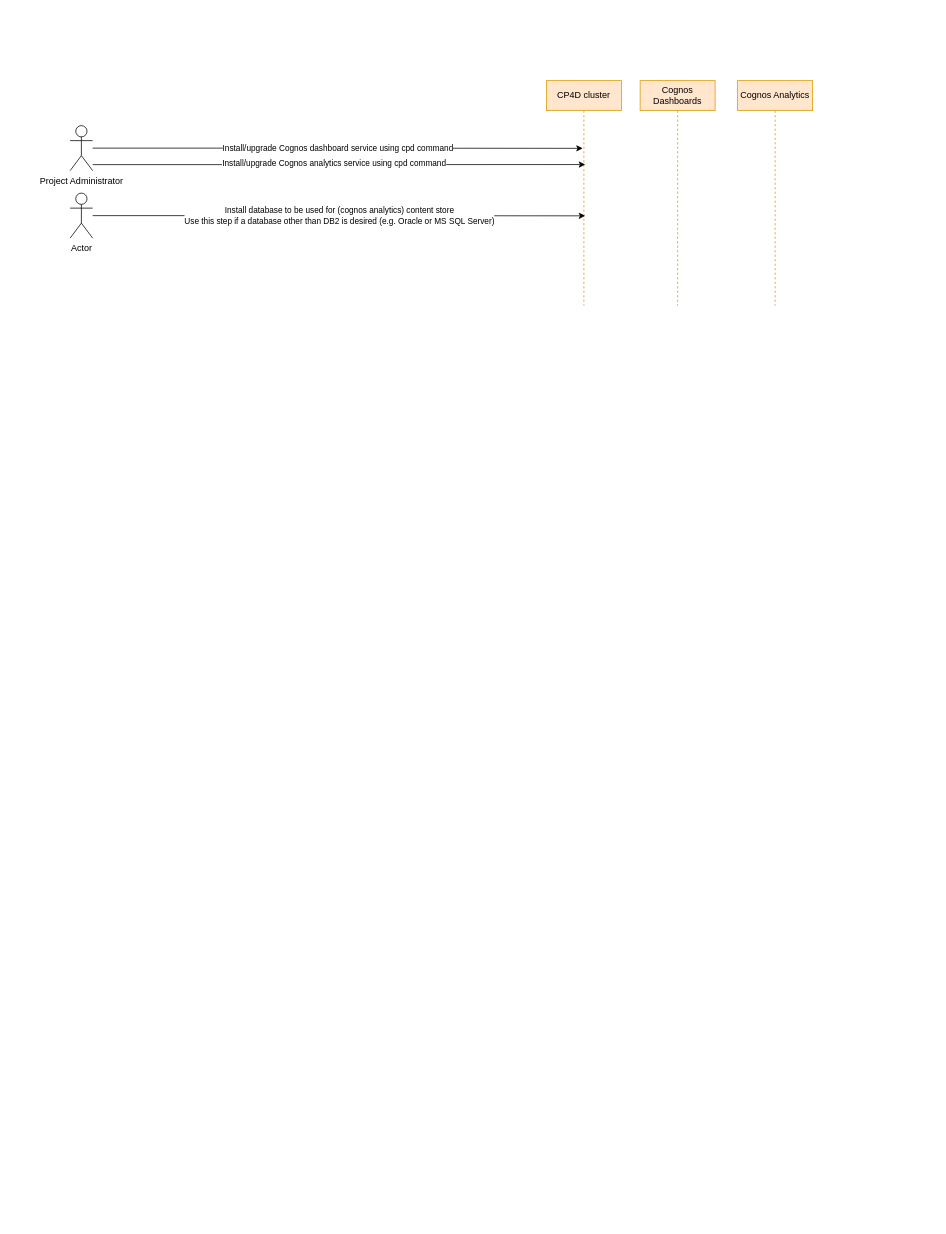
This is dashboard.drawio from kanchantewary/CloudPakForData, a draw.io file, before an edit. Source tidied: cells renumbered, new cells numbered last; positions are measured from the earlier drawing's top-left corner, leaving out a move shared by most shapes. Both pictures are drawn from the tidied source at 75%, with x=0, y=0 at pixel (70, 80).
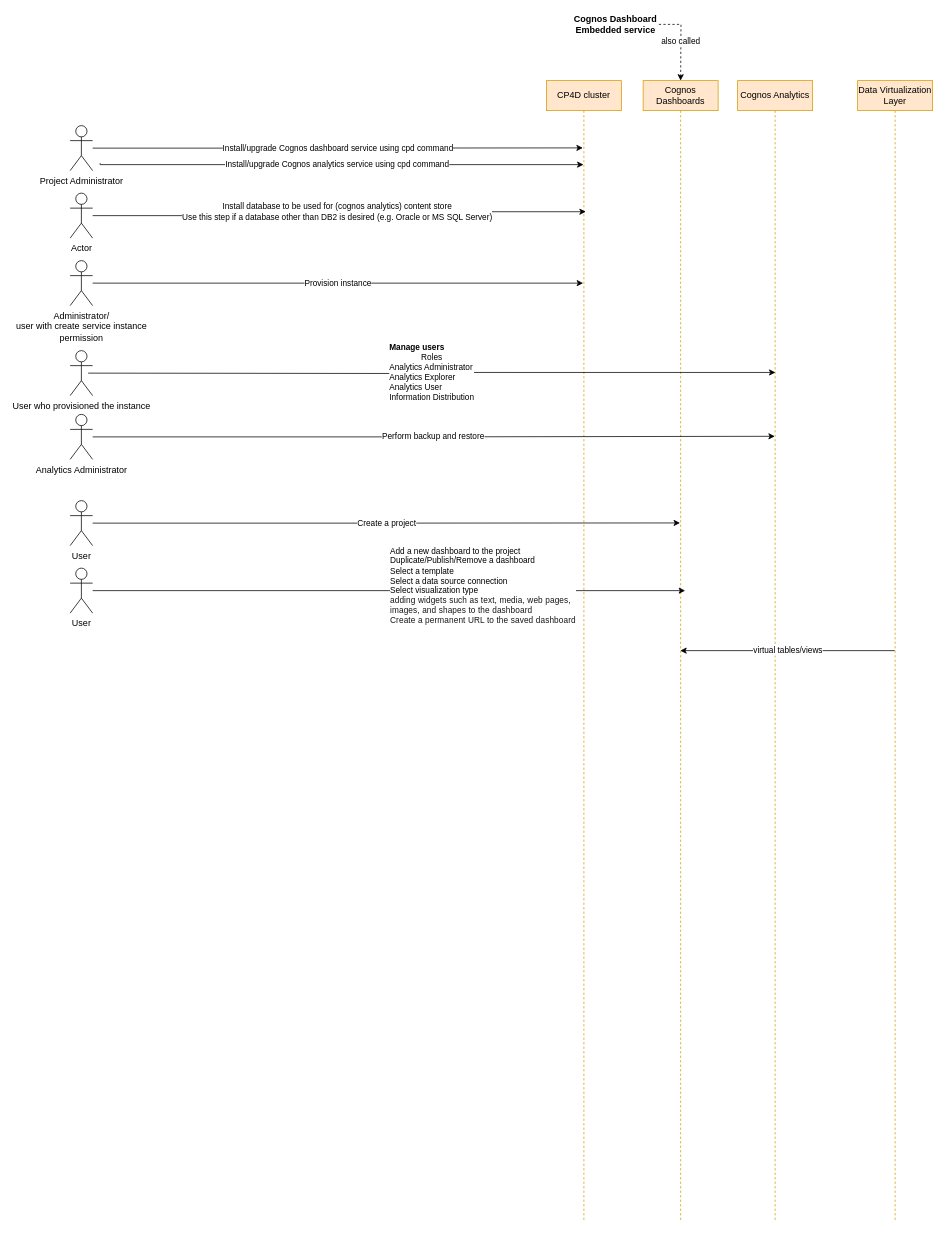
The same page after the edit.

The change refers to these unchanged cells:
```xml
<mxCell id="8" value="Project Administrator" style="shape=umlActor;verticalLabelPosition=bottom;verticalAlign=top;html=1;" parent="1" vertex="1">
  <mxGeometry y="60" width="30" height="60" as="geometry" />
</mxCell>
<mxCell id="10" value="Actor" style="shape=umlActor;verticalLabelPosition=bottom;verticalAlign=top;html=1;" parent="1" vertex="1">
  <mxGeometry y="150" width="30" height="60" as="geometry" />
</mxCell>
```

Change to the diagram source:
```diff
@@
     <mxCell id="2" value="Cognos Analytics" style="shape=umlLifeline;perimeter=lifelinePerimeter;whiteSpace=wrap;html=1;outlineConnect=0;fillColor=#ffe6cc;strokeColor=#d79b00;" parent="1" vertex="1">
-      <mxGeometry x="890" width="100" height="300" as="geometry" />
+      <mxGeometry x="890" width="100" height="1520" as="geometry" />
     </mxCell>
     <mxCell id="3" value="Cognos Dashboards" style="shape=umlLifeline;perimeter=lifelinePerimeter;whiteSpace=wrap;html=1;outlineConnect=0;fillColor=#ffe6cc;strokeColor=#d79b00;" parent="1" vertex="1">
-      <mxGeometry x="760" width="100" height="300" as="geometry" />
+      <mxGeometry x="764" width="100" height="1520" as="geometry" />
     </mxCell>
     <mxCell id="4" value="CP4D cluster" style="shape=umlLifeline;perimeter=lifelinePerimeter;whiteSpace=wrap;html=1;outlineConnect=0;fillColor=#ffe6cc;strokeColor=#d79b00;" parent="1" vertex="1">
-      <mxGeometry x="635" width="100" height="300" as="geometry" />
+      <mxGeometry x="635" width="100" height="1520" as="geometry" />
     </mxCell>
-    <mxCell id="5" value="Install/upgrade Cognos dashboard service using cpd command" style="edgeStyle=orthogonalEdgeStyle;rounded=0;jettySize=auto;html=1;entryX=0.485;entryY=0.301;entryDx=0;entryDy=0;entryPerimeter=0;" parent="1" edge="1" source="8" target="4">
+    <mxCell id="5" value="Install/upgrade Cognos dashboard service using cpd command" style="edgeStyle=orthogonalEdgeStyle;rounded=0;jettySize=auto;html=1;entryX=0.486;entryY=0.059;entryDx=0;entryDy=0;entryPerimeter=0;" parent="1" edge="1" source="8" target="4">
       <mxGeometry relative="1" as="geometry" />
     </mxCell>
-    <mxCell id="6" style="edgeStyle=orthogonalEdgeStyle;rounded=0;jettySize=auto;html=1;entryX=0.518;entryY=0.373;entryDx=0;entryDy=0;entryPerimeter=0;" parent="1" edge="1" source="8" target="4">
+    <mxCell id="6" style="edgeStyle=orthogonalEdgeStyle;rounded=0;jettySize=auto;html=1;" parent="1" edge="1" target="4">
       <mxGeometry relative="1" as="geometry">
+        <mxPoint x="40" y="110" as="sourcePoint" />
         <Array as="points">
-          <mxPoint x="180" y="112" />
-          <mxPoint x="180" y="112" />
+          <mxPoint x="40" y="112" />
         </Array>
       </mxGeometry>
     </mxCell>
@@
-    <mxCell id="9" value="Install database to be used for (cognos analytics) content store&lt;br&gt;Use this step if a database other than DB2 is desired (e.g. Oracle or MS SQL Server)" style="edgeStyle=orthogonalEdgeStyle;rounded=0;jettySize=auto;html=1;entryX=0.518;entryY=0.601;entryDx=0;entryDy=0;entryPerimeter=0;" parent="1" edge="1" source="10" target="4">
+    <mxCell id="9" value="Install database to be used for (cognos analytics) content store&lt;br&gt;Use this step if a database other than DB2 is desired (e.g. Oracle or MS SQL Server)" style="edgeStyle=orthogonalEdgeStyle;rounded=0;jettySize=auto;html=1;entryX=0.526;entryY=0.115;entryDx=0;entryDy=0;entryPerimeter=0;" parent="1" edge="1" source="10" target="4">
       <mxGeometry relative="1" as="geometry" />
     </mxCell>
@@
+    <mxCell id="11" value="Provision instance" style="edgeStyle=orthogonalEdgeStyle;rounded=0;jettySize=auto;html=1;" parent="1" edge="1" source="12">
+      <mxGeometry relative="1" as="geometry">
+        <mxPoint x="684" y="270" as="targetPoint" />
+        <Array as="points">
+          <mxPoint x="684" y="270" />
+        </Array>
+      </mxGeometry>
+    </mxCell>
+    <mxCell id="12" value="Administrator/&lt;br&gt;user with create service instance &lt;br&gt;permission" style="shape=umlActor;verticalLabelPosition=bottom;verticalAlign=top;html=1;" parent="1" vertex="1">
+      <mxGeometry y="240" width="30" height="60" as="geometry" />
+    </mxCell>
+    <mxCell id="13" value="&lt;div style=&quot;text-align: left&quot;&gt;&lt;b&gt;Manage users&lt;/b&gt;&lt;/div&gt;&lt;div&gt;Roles&lt;/div&gt;&lt;div style=&quot;text-align: left&quot;&gt;Analytics Administrator&lt;/div&gt;&lt;div style=&quot;text-align: left&quot;&gt;Analytics Explorer&lt;/div&gt;&lt;div style=&quot;text-align: left&quot;&gt;Analytics User&lt;/div&gt;&lt;div style=&quot;text-align: left&quot;&gt;Information Distribution&lt;/div&gt;" style="edgeStyle=orthogonalEdgeStyle;rounded=0;jettySize=auto;html=1;entryX=0.504;entryY=0.256;entryDx=0;entryDy=0;entryPerimeter=0;" parent="1" edge="1" target="2">
+      <mxGeometry relative="1" as="geometry">
+        <mxPoint x="24" y="390" as="sourcePoint" />
+      </mxGeometry>
+    </mxCell>
+    <mxCell id="14" value="User who provisioned the instance" style="shape=umlActor;verticalLabelPosition=bottom;verticalAlign=top;html=1;" parent="1" vertex="1">
+      <mxGeometry y="360" width="30" height="60" as="geometry" />
+    </mxCell>
+    <mxCell id="15" value="Perform backup and restore" style="edgeStyle=orthogonalEdgeStyle;rounded=0;jettySize=auto;html=1;entryX=0.496;entryY=0.312;entryDx=0;entryDy=0;entryPerimeter=0;" parent="1" edge="1" source="16" target="2">
+      <mxGeometry relative="1" as="geometry" />
+    </mxCell>
+    <mxCell id="16" value="Analytics Administrator" style="shape=umlActor;verticalLabelPosition=bottom;verticalAlign=top;html=1;" parent="1" vertex="1">
+      <mxGeometry y="445" width="30" height="60" as="geometry" />
+    </mxCell>
+    <mxCell id="17" value="Create a project" style="edgeStyle=orthogonalEdgeStyle;rounded=0;jettySize=auto;html=1;entryX=0.492;entryY=0.388;entryDx=0;entryDy=0;entryPerimeter=0;" parent="1" edge="1" source="18" target="3">
+      <mxGeometry relative="1" as="geometry" />
+    </mxCell>
+    <mxCell id="18" value="User" style="shape=umlActor;verticalLabelPosition=bottom;verticalAlign=top;html=1;" parent="1" vertex="1">
+      <mxGeometry y="560" width="30" height="60" as="geometry" />
+    </mxCell>
+    <mxCell id="19" value="Add a new dashboard to the project&lt;br&gt;Duplicate/Publish/Remove a dashboard&lt;br&gt;&lt;div&gt;Select a template&lt;/div&gt;&lt;div&gt;Select a data source connection&lt;/div&gt;&lt;div&gt;Select visualization type&lt;/div&gt;&lt;div&gt;&lt;span style=&quot;color: rgb(22 , 22 , 22) ; letter-spacing: 0.16px&quot;&gt;&lt;font style=&quot;font-size: 11px&quot;&gt;adding widgets such as text, media, web pages,&amp;nbsp;&lt;/font&gt;&lt;/span&gt;&lt;/div&gt;&lt;div&gt;&lt;span style=&quot;color: rgb(22 , 22 , 22) ; letter-spacing: 0.16px&quot;&gt;&lt;font style=&quot;font-size: 11px&quot;&gt;images, and shapes to the dashboard&lt;/font&gt;&lt;/span&gt;&lt;br&gt;&lt;/div&gt;&lt;div&gt;&lt;span style=&quot;color: rgb(22 , 22 , 22) ; letter-spacing: 0.16px&quot;&gt;&lt;font style=&quot;font-size: 11px&quot;&gt;Create a permanent URL to the saved dashboard&lt;/font&gt;&lt;/span&gt;&lt;span style=&quot;color: rgb(22 , 22 , 22) ; letter-spacing: 0.16px&quot;&gt;&lt;font style=&quot;font-size: 11px&quot;&gt;&lt;br&gt;&lt;/font&gt;&lt;/span&gt;&lt;/div&gt;&lt;div&gt;&lt;br&gt;&lt;/div&gt;" style="edgeStyle=orthogonalEdgeStyle;rounded=0;jettySize=auto;html=1;align=left;" parent="1" edge="1" source="20">
+      <mxGeometry relative="1" as="geometry">
+        <mxPoint x="820" y="680" as="targetPoint" />
+      </mxGeometry>
+    </mxCell>
+    <mxCell id="20" value="User" style="shape=umlActor;verticalLabelPosition=bottom;verticalAlign=top;html=1;" parent="1" vertex="1">
+      <mxGeometry y="650" width="30" height="60" as="geometry" />
+    </mxCell>
+    <mxCell id="21" value="virtual tables/views" style="edgeStyle=orthogonalEdgeStyle;rounded=0;jettySize=auto;html=1;" parent="1" edge="1" source="22" target="3">
+      <mxGeometry relative="1" as="geometry" />
+    </mxCell>
+    <mxCell id="22" value="Data Virtualization Layer" style="shape=umlLifeline;perimeter=lifelinePerimeter;whiteSpace=wrap;html=1;outlineConnect=0;fillColor=#ffe6cc;strokeColor=#d79b00;" parent="1" vertex="1">
+      <mxGeometry x="1050" width="100" height="1520" as="geometry" />
+    </mxCell>
+    <mxCell id="23" value="also called" style="edgeStyle=orthogonalEdgeStyle;rounded=0;jettySize=auto;html=1;dashed=1;" parent="1" edge="1" source="24">
+      <mxGeometry relative="1" as="geometry">
+        <mxPoint x="814" as="targetPoint" />
+      </mxGeometry>
+    </mxCell>
+    <mxCell id="24" value="Cognos Dashboard Embedded service" style="text;html=1;strokeColor=none;fillColor=none;align=center;verticalAlign=middle;whiteSpace=wrap;rounded=0;fontStyle=1;" parent="1" vertex="1">
+      <mxGeometry x="670" y="-90" width="115" height="30" as="geometry" />
+    </mxCell>
```
